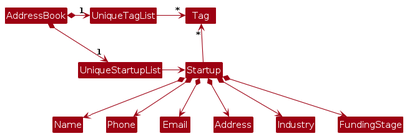
Before: diagrams/BetterModelClassDiagram.png, a diagram exported from PlantUML (yespiggy/tp). Its source is kept beside it as diagrams/BetterModelClassDiagram.puml. The source it was exported from:
```plantuml
@startuml
!include style.puml
skinparam arrowThickness 1.1
skinparam arrowColor MODEL_COLOR
skinparam classBackgroundColor MODEL_COLOR

AddressBook *-right-> "1" UniqueStartupList
AddressBook *-right-> "1" UniqueTagList
UniqueTagList -[hidden]down- UniqueStartupList
UniqueTagList -[hidden]down- UniqueStartupList

UniqueTagList -right-> "*" Tag
UniqueStartupList -right-> Startup

Startup -up-> "*" Tag

Startup *--> Name
Startup *--> Phone
Startup *--> Email
Startup *--> Address
Startup *--> Industry
Startup *--> FundingStage
@enduml
```
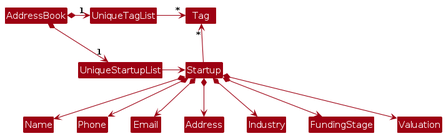
Later version of the same file.

What changed in the source:
```diff
@@ -20,4 +20,5 @@
 Startup *--> Address
 Startup *--> Industry
 Startup *--> FundingStage
+Startup *--> Valuation
 @enduml
```
